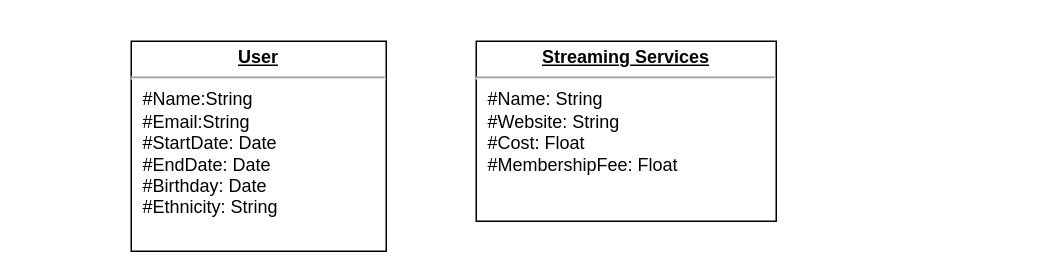
This is img/Untitled Diagram.drawio from Laurie415/moki, a draw.io file, before an edit. Source tidied: cells renumbered, new cells numbered last; positions are measured from the earlier drawing's top-left corner, leaving out a move shared by most shapes. Both pictures are drawn from the tidied source at 150%, with x=0, y=0 at pixel (130, 40).
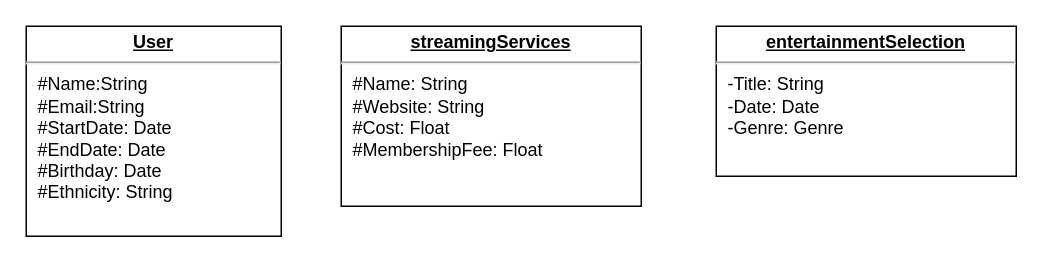
The same diagram, later.

Commit message:
More class added, 3 total

What changed in the source:
```diff
@@
 <mxGraphModel>
   <root>
     <mxCell id="0" />
     <mxCell id="1" parent="0" />
     <mxCell id="2" value="&lt;p style=&quot;margin: 0px ; margin-top: 4px ; text-align: center ; text-decoration: underline&quot;&gt;&lt;b&gt;User&lt;/b&gt;&lt;/p&gt;&lt;hr&gt;&lt;p style=&quot;margin: 0px ; margin-left: 8px&quot;&gt;#Name:String&lt;br&gt;#Email:String&lt;br&gt;#StartDate: Date&lt;/p&gt;&lt;p style=&quot;margin: 0px ; margin-left: 8px&quot;&gt;#EndDate: Date&lt;/p&gt;&lt;p style=&quot;margin: 0px ; margin-left: 8px&quot;&gt;#Birthday: Date&lt;/p&gt;&lt;p style=&quot;margin: 0px ; margin-left: 8px&quot;&gt;#Ethnicity: String&lt;/p&gt;" style="verticalAlign=top;align=left;overflow=fill;fontSize=12;fontFamily=Helvetica;html=1;" parent="1" vertex="1">
-      <mxGeometry width="170" height="140" as="geometry" />
+      <mxGeometry x="-70" y="-10" width="170" height="140" as="geometry" />
     </mxCell>
-    <mxCell id="3" value="&lt;p style=&quot;margin: 0px ; margin-top: 4px ; text-align: center ; text-decoration: underline&quot;&gt;&lt;b&gt;Streaming Services&lt;/b&gt;&lt;/p&gt;&lt;hr&gt;&lt;p style=&quot;margin: 0px ; margin-left: 8px&quot;&gt;#Name: String&lt;br&gt;#Website: String&lt;br&gt;#Cost: Float&lt;/p&gt;&lt;p style=&quot;margin: 0px ; margin-left: 8px&quot;&gt;#MembershipFee: Float&lt;/p&gt;&lt;p style=&quot;margin: 0px ; margin-left: 8px&quot;&gt;&lt;br&gt;&lt;/p&gt;" style="verticalAlign=top;align=left;overflow=fill;fontSize=12;fontFamily=Helvetica;html=1;" parent="1" vertex="1">
-      <mxGeometry x="230" width="200" height="120" as="geometry" />
+    <mxCell id="3" value="&lt;p style=&quot;margin: 0px ; margin-top: 4px ; text-align: center ; text-decoration: underline&quot;&gt;&lt;b&gt;streamingServices&lt;/b&gt;&lt;/p&gt;&lt;hr&gt;&lt;p style=&quot;margin: 0px ; margin-left: 8px&quot;&gt;#Name: String&lt;br&gt;#Website: String&lt;br&gt;#Cost: Float&lt;/p&gt;&lt;p style=&quot;margin: 0px ; margin-left: 8px&quot;&gt;#MembershipFee: Float&lt;/p&gt;&lt;p style=&quot;margin: 0px ; margin-left: 8px&quot;&gt;&lt;br&gt;&lt;/p&gt;" style="verticalAlign=top;align=left;overflow=fill;fontSize=12;fontFamily=Helvetica;html=1;" parent="1" vertex="1">
+      <mxGeometry x="140" y="-10" width="200" height="120" as="geometry" />
     </mxCell>
+    <mxCell id="4" value="&lt;p style=&quot;margin: 0px ; margin-top: 4px ; text-align: center ; text-decoration: underline&quot;&gt;&lt;b&gt;entertainmentSelection&lt;/b&gt;&lt;/p&gt;&lt;hr&gt;&lt;p style=&quot;margin: 0px ; margin-left: 8px&quot;&gt;-Title: String&lt;br&gt;-Date: Date&lt;br&gt;-Genre: Genre&lt;/p&gt;&lt;p style=&quot;margin: 0px ; margin-left: 8px&quot;&gt;&lt;br&gt;&lt;/p&gt;" style="verticalAlign=top;align=left;overflow=fill;fontSize=12;fontFamily=Helvetica;html=1;" parent="1" vertex="1">
+      <mxGeometry x="390" y="-10" width="200" height="100" as="geometry" />
+    </mxCell>
   </root>
 </mxGraphModel>
```
